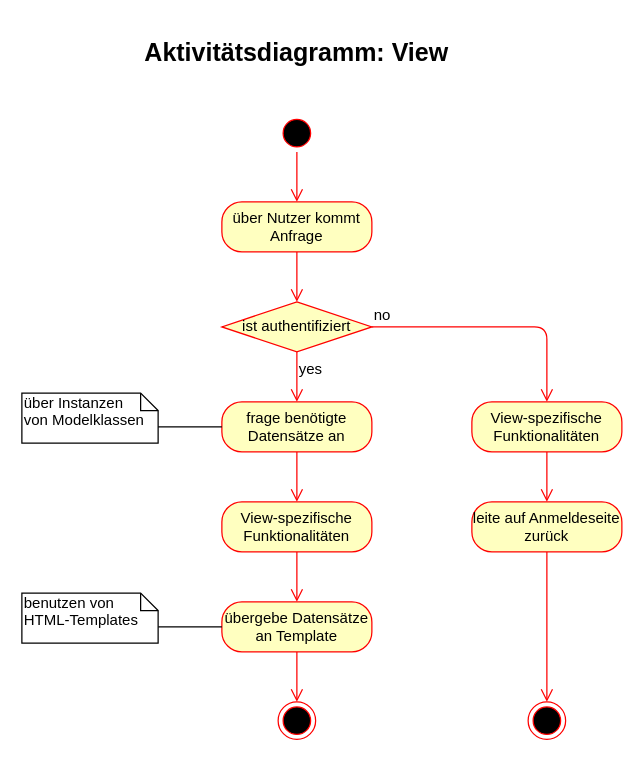
Before: page "View" (5 of 10) of docs/anforderung/files/svg/diagrams_master.drawio in mribrgr/StuRa-Mitgliederdatenbank, a draw.io diagram. Source tidied: cells renumbered, new cells numbered last; positions are measured from the earlier drawing's top-left corner, leaving out a move shared by most shapes. Both pictures are drawn from the tidied source at 125%, with x=0, y=0 at pixel (21, 39).
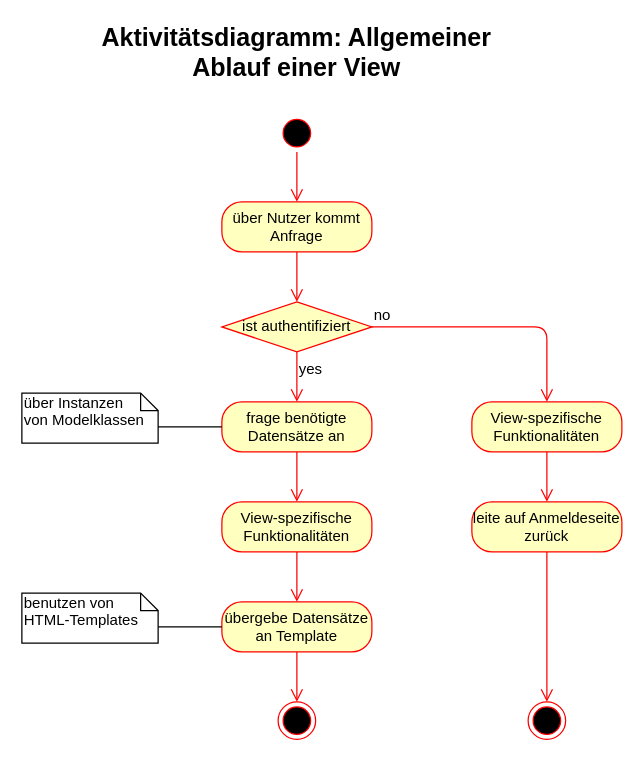
After the change.

Diff of the diagram source:
```diff
@@
-    <mxCell id="25" value="Aktivitätsdiagramm: View" style="text;html=1;strokeColor=none;fillColor=none;align=center;verticalAlign=middle;whiteSpace=wrap;rounded=0;fontStyle=1;fontSize=20;" parent="1" vertex="1">
+    <mxCell id="25" value="Aktivitätsdiagramm: Allgemeiner Ablauf einer View" style="text;html=1;strokeColor=none;fillColor=none;align=center;verticalAlign=middle;whiteSpace=wrap;rounded=0;fontStyle=1;fontSize=20;" parent="1" vertex="1">
       <mxGeometry x="40" width="360" height="20" as="geometry" />
     </mxCell>
```
